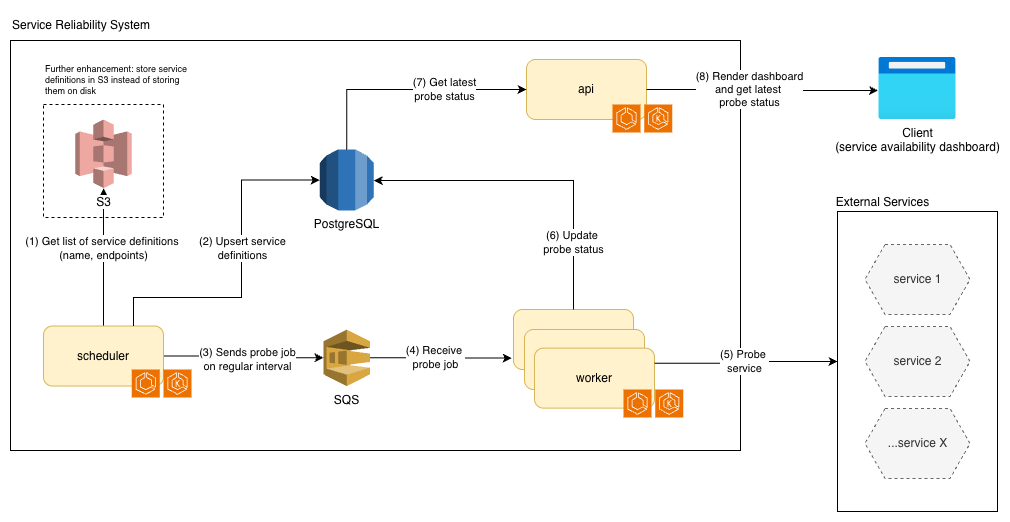
Yilong94/assurity keeps this draw.io diagram as assets/images/architecture.png. Above is the earlier version. Source tidied: cells renumbered, new cells last; positions are measured from the earlier drawing's top-left corner, leaving out a move shared by most shapes. Source of this version:
```xml
<mxGraphModel>
  <root>
    <mxCell id="0" />
    <mxCell id="1" parent="0" />
    <mxCell id="2" style="rounded=0;whiteSpace=wrap;html=1;" parent="1" vertex="1">
      <mxGeometry y="30" width="730" height="410" as="geometry" />
    </mxCell>
    <mxCell id="3" style="rounded=0;whiteSpace=wrap;html=1;" parent="1" vertex="1">
      <mxGeometry x="827" y="201" width="160" height="300" as="geometry" />
    </mxCell>
    <mxCell id="4" value="SQS" style="outlineConnect=0;dashed=0;verticalLabelPosition=bottom;verticalAlign=top;align=center;html=1;shape=mxgraph.aws3.sqs;fillColor=#D9A741;gradientColor=none;" parent="1" vertex="1">
      <mxGeometry x="313" y="319" width="46.5" height="56.5" as="geometry" />
    </mxCell>
    <mxCell id="5" style="edgeStyle=orthogonalEdgeStyle;rounded=0;jettySize=auto;html=1;" parent="1" edge="1" source="9" target="4">
      <mxGeometry relative="1" as="geometry" />
    </mxCell>
    <mxCell id="6" value="(3) Sends probe job&lt;div&gt;on regular interval&lt;/div&gt;" style="edgeLabel;html=1;align=center;verticalAlign=middle;" parent="5" vertex="1">
      <mxGeometry x="0.05" y="-1" relative="1" as="geometry" />
    </mxCell>
    <mxCell id="7" style="edgeStyle=orthogonalEdgeStyle;rounded=0;jettySize=auto;html=1;" parent="1" edge="1" source="9" target="34">
      <mxGeometry relative="1" as="geometry" />
    </mxCell>
    <mxCell id="8" value="(1) Get list of service&amp;nbsp;&lt;span style=&quot;background-color: light-dark(#ffffff, var(--ge-dark-color, #121212)); color: light-dark(rgb(0, 0, 0), rgb(255, 255, 255));&quot;&gt;definitions&amp;nbsp;&lt;/span&gt;&lt;div&gt;&lt;span style=&quot;background-color: light-dark(#ffffff, var(--ge-dark-color, #121212)); color: light-dark(rgb(0, 0, 0), rgb(255, 255, 255));&quot;&gt;(name, endpoints)&lt;/span&gt;&lt;/div&gt;" style="edgeLabel;html=1;align=center;verticalAlign=middle;" parent="7" vertex="1">
      <mxGeometry x="-0.17" y="-1" relative="1" as="geometry">
        <mxPoint x="-1" y="-21" as="offset" />
      </mxGeometry>
    </mxCell>
    <mxCell id="9" value="scheduler" style="rounded=1;whiteSpace=wrap;html=1;fillColor=#fff2cc;strokeColor=#d6b656;" parent="1" vertex="1">
      <mxGeometry x="33" y="315.5" width="120" height="60" as="geometry" />
    </mxCell>
    <mxCell id="10" value="api" style="rounded=1;whiteSpace=wrap;html=1;fillColor=#fff2cc;strokeColor=#d6b656;" parent="1" vertex="1">
      <mxGeometry x="516" y="49" width="120" height="60" as="geometry" />
    </mxCell>
    <mxCell id="11" style="group;" parent="1" vertex="1">
      <mxGeometry x="503" y="299" width="159" height="108" as="geometry" />
    </mxCell>
    <mxCell id="12" value="worker" style="rounded=1;whiteSpace=wrap;html=1;fillColor=#fff2cc;strokeColor=#d6b656;" parent="11" vertex="1">
      <mxGeometry width="120" height="60" as="geometry" />
    </mxCell>
    <mxCell id="13" value="worker" style="rounded=1;whiteSpace=wrap;html=1;fillColor=#fff2cc;strokeColor=#d6b656;" parent="11" vertex="1">
      <mxGeometry x="11" y="20" width="120" height="60" as="geometry" />
    </mxCell>
    <mxCell id="14" value="worker" style="rounded=1;whiteSpace=wrap;html=1;fillColor=#fff2cc;strokeColor=#d6b656;" parent="11" vertex="1">
      <mxGeometry x="21" y="38.6" width="120" height="60" as="geometry" />
    </mxCell>
    <mxCell id="15" style="edgeStyle=orthogonalEdgeStyle;rounded=0;jettySize=auto;html=1;entryX=-0.015;entryY=0.811;entryDx=0;entryDy=0;entryPerimeter=0;" parent="1" edge="1" source="4" target="12">
      <mxGeometry relative="1" as="geometry" />
    </mxCell>
    <mxCell id="16" value="(4) Receive&amp;nbsp;&lt;div&gt;probe&amp;nbsp;&lt;span style=&quot;background-color: light-dark(#ffffff, var(--ge-dark-color, #121212)); color: light-dark(rgb(0, 0, 0), rgb(255, 255, 255));&quot;&gt;job&lt;/span&gt;&lt;/div&gt;" style="edgeLabel;html=1;align=center;verticalAlign=middle;" parent="15" vertex="1">
      <mxGeometry x="-0.1" y="1" relative="1" as="geometry">
        <mxPoint x="1" as="offset" />
      </mxGeometry>
    </mxCell>
    <mxCell id="17" style="edgeStyle=orthogonalEdgeStyle;rounded=0;jettySize=auto;html=1;entryX=0;entryY=0.5;entryDx=0;entryDy=0;" parent="1" edge="1" source="19" target="10">
      <mxGeometry relative="1" as="geometry">
        <Array as="points">
          <mxPoint x="336" y="79" />
        </Array>
      </mxGeometry>
    </mxCell>
    <mxCell id="18" value="(7) Get latest&lt;div&gt;probe status&lt;/div&gt;" style="edgeLabel;html=1;align=center;verticalAlign=middle;" parent="17" vertex="1">
      <mxGeometry x="-0.03" y="1" relative="1" as="geometry">
        <mxPoint x="41" y="1" as="offset" />
      </mxGeometry>
    </mxCell>
    <mxCell id="19" value="&lt;span style=&quot;background-color: rgb(255, 255, 255);&quot;&gt;PostgreSQL&lt;/span&gt;" style="outlineConnect=0;dashed=0;verticalLabelPosition=bottom;verticalAlign=top;align=center;html=1;shape=mxgraph.aws3.rds;fillColor=#2E73B8;gradientColor=none;" parent="1" vertex="1">
      <mxGeometry x="309.1" y="139" width="54.2" height="61" as="geometry" />
    </mxCell>
    <mxCell id="20" style="edgeStyle=orthogonalEdgeStyle;rounded=0;jettySize=auto;html=1;" parent="1" edge="1" source="12" target="19">
      <mxGeometry relative="1" as="geometry">
        <Array as="points">
          <mxPoint x="563" y="170" />
        </Array>
      </mxGeometry>
    </mxCell>
    <mxCell id="21" value="(6) Update&amp;nbsp;&lt;div&gt;probe status&lt;/div&gt;" style="edgeLabel;html=1;align=center;verticalAlign=middle;" parent="20" vertex="1">
      <mxGeometry x="-0.03" relative="1" as="geometry">
        <mxPoint x="31" y="62" as="offset" />
      </mxGeometry>
    </mxCell>
    <mxCell id="22" value="External Services" style="text;html=1;whiteSpace=wrap;strokeColor=none;fillColor=none;align=center;verticalAlign=middle;rounded=0;" parent="1" vertex="1">
      <mxGeometry x="823" y="177" width="99" height="30" as="geometry" />
    </mxCell>
    <mxCell id="23" style="group;" parent="1" vertex="1">
      <mxGeometry x="854.5" y="234" width="105" height="234" as="geometry" />
    </mxCell>
    <mxCell id="24" value="service 1" style="shape=hexagon;perimeter=hexagonPerimeter2;whiteSpace=wrap;html=1;fixedSize=1;dashed=1;fillColor=#f5f5f5;fontColor=#333333;strokeColor=#666666;" parent="23" vertex="1">
      <mxGeometry width="105" height="70" as="geometry" />
    </mxCell>
    <mxCell id="25" value="service 2" style="shape=hexagon;perimeter=hexagonPerimeter2;whiteSpace=wrap;html=1;fixedSize=1;dashed=1;fillColor=#f5f5f5;fontColor=#333333;strokeColor=#666666;" parent="23" vertex="1">
      <mxGeometry y="82" width="105" height="70" as="geometry" />
    </mxCell>
    <mxCell id="26" value="...service X" style="shape=hexagon;perimeter=hexagonPerimeter2;whiteSpace=wrap;html=1;fixedSize=1;dashed=1;fillColor=#f5f5f5;fontColor=#333333;strokeColor=#666666;" parent="23" vertex="1">
      <mxGeometry y="164" width="105" height="70" as="geometry" />
    </mxCell>
    <mxCell id="27" style="endArrow=classic;html=1;rounded=0;exitX=1;exitY=0.25;exitDx=0;exitDy=0;entryX=0;entryY=0.5;entryDx=0;entryDy=0;edgeStyle=orthogonalEdgeStyle;" parent="1" edge="1" source="14" target="3">
      <mxGeometry relative="1" as="geometry" />
    </mxCell>
    <mxCell id="28" value="(5) Probe&amp;nbsp;&lt;div&gt;service&lt;/div&gt;" style="edgeLabel;html=1;align=center;verticalAlign=middle;" parent="27" vertex="1">
      <mxGeometry x="-0.14" y="1" relative="1" as="geometry">
        <mxPoint x="10" y="-1" as="offset" />
      </mxGeometry>
    </mxCell>
    <mxCell id="29" value="Client&lt;div&gt;(service availability&amp;nbsp;&lt;span style=&quot;background-color: light-dark(#ffffff, var(--ge-dark-color, #121212)); color: light-dark(rgb(0, 0, 0), rgb(255, 255, 255));&quot;&gt;dashboard)&lt;/span&gt;&lt;/div&gt;" style="image;html=1;points=[];align=center;fontSize=12;image=img/lib/azure2/general/Browser.svg;" parent="1" vertex="1">
      <mxGeometry x="868.2" y="47" width="77.5" height="62" as="geometry" />
    </mxCell>
    <mxCell id="30" style="rounded=0;whiteSpace=wrap;html=1;fillColor=none;dashed=1;" parent="1" vertex="1">
      <mxGeometry x="33" y="94" width="120" height="113" as="geometry" />
    </mxCell>
    <mxCell id="31" style="edgeStyle=orthogonalEdgeStyle;rounded=0;jettySize=auto;html=1;entryX=-0.009;entryY=0.532;entryDx=0;entryDy=0;entryPerimeter=0;" parent="1" edge="1" source="10" target="29">
      <mxGeometry relative="1" as="geometry" />
    </mxCell>
    <mxCell id="32" value="(8) Render dashboard&lt;div&gt;and get latest&amp;nbsp;&lt;/div&gt;&lt;div&gt;probe status&lt;/div&gt;" style="edgeLabel;html=1;align=center;verticalAlign=middle;" parent="31" vertex="1">
      <mxGeometry x="-0.1" relative="1" as="geometry">
        <mxPoint x="-2" as="offset" />
      </mxGeometry>
    </mxCell>
    <mxCell id="33" value="Service Reliability System" style="text;html=1;whiteSpace=wrap;strokeColor=none;fillColor=none;align=left;verticalAlign=middle;rounded=0;" parent="1" vertex="1">
      <mxGeometry width="153" height="30" as="geometry" />
    </mxCell>
    <mxCell id="34" value="&lt;span style=&quot;background-color: rgb(255, 255, 255);&quot;&gt;S3&lt;/span&gt;" style="outlineConnect=0;dashed=0;verticalLabelPosition=bottom;verticalAlign=top;align=center;html=1;shape=mxgraph.aws3.s3;fillColor=#E05243;gradientColor=none;opacity=50;" parent="1" vertex="1">
      <mxGeometry x="64.8" y="109" width="56.5" height="68.7" as="geometry" />
    </mxCell>
    <mxCell id="35" style="group;" parent="1" vertex="1">
      <mxGeometry x="121.2" y="359" width="59.8" height="28" as="geometry" />
    </mxCell>
    <mxCell id="36" style="sketch=0;fontColor=#232F3E;fillColor=#ED7100;strokeColor=#ffffff;dashed=0;verticalLabelPosition=bottom;verticalAlign=top;align=center;html=1;fontSize=12;fontStyle=0;shape=mxgraph.aws4.resourceIcon;resIcon=mxgraph.aws4.ecs;" parent="35" vertex="1">
      <mxGeometry width="28" height="28" as="geometry" />
    </mxCell>
    <mxCell id="37" style="sketch=0;fontColor=#232F3E;fillColor=#ED7100;strokeColor=#ffffff;dashed=0;verticalLabelPosition=bottom;verticalAlign=top;align=center;html=1;fontSize=12;fontStyle=0;shape=mxgraph.aws4.resourceIcon;resIcon=mxgraph.aws4.eks;" parent="35" vertex="1">
      <mxGeometry x="31.8" width="28" height="28" as="geometry" />
    </mxCell>
    <mxCell id="38" style="group;" parent="1" vertex="1">
      <mxGeometry x="613" y="379" width="59.8" height="28" as="geometry" />
    </mxCell>
    <mxCell id="39" style="sketch=0;fontColor=#232F3E;fillColor=#ED7100;strokeColor=#ffffff;dashed=0;verticalLabelPosition=bottom;verticalAlign=top;align=center;html=1;fontSize=12;fontStyle=0;shape=mxgraph.aws4.resourceIcon;resIcon=mxgraph.aws4.ecs;" parent="38" vertex="1">
      <mxGeometry width="28" height="28" as="geometry" />
    </mxCell>
    <mxCell id="40" style="sketch=0;fontColor=#232F3E;fillColor=#ED7100;strokeColor=#ffffff;dashed=0;verticalLabelPosition=bottom;verticalAlign=top;align=center;html=1;fontSize=12;fontStyle=0;shape=mxgraph.aws4.resourceIcon;resIcon=mxgraph.aws4.eks;" parent="38" vertex="1">
      <mxGeometry x="31.8" width="28" height="28" as="geometry" />
    </mxCell>
    <mxCell id="41" style="group;" parent="1" vertex="1">
      <mxGeometry x="602" y="94" width="59.8" height="28" as="geometry" />
    </mxCell>
    <mxCell id="42" style="sketch=0;fontColor=#232F3E;fillColor=#ED7100;strokeColor=#ffffff;dashed=0;verticalLabelPosition=bottom;verticalAlign=top;align=center;html=1;fontSize=12;fontStyle=0;shape=mxgraph.aws4.resourceIcon;resIcon=mxgraph.aws4.ecs;" parent="41" vertex="1">
      <mxGeometry width="28" height="28" as="geometry" />
    </mxCell>
    <mxCell id="43" style="sketch=0;fontColor=#232F3E;fillColor=#ED7100;strokeColor=#ffffff;dashed=0;verticalLabelPosition=bottom;verticalAlign=top;align=center;html=1;fontSize=12;fontStyle=0;shape=mxgraph.aws4.resourceIcon;resIcon=mxgraph.aws4.eks;" parent="41" vertex="1">
      <mxGeometry x="31.8" width="28" height="28" as="geometry" />
    </mxCell>
    <mxCell id="44" style="edgeStyle=orthogonalEdgeStyle;rounded=0;jettySize=auto;html=1;entryX=0;entryY=0.5;entryDx=0;entryDy=0;entryPerimeter=0;" parent="1" edge="1" source="9" target="19">
      <mxGeometry relative="1" as="geometry">
        <Array as="points">
          <mxPoint x="123" y="287" />
          <mxPoint x="231" y="287" />
          <mxPoint x="231" y="170" />
        </Array>
      </mxGeometry>
    </mxCell>
    <mxCell id="45" value="(2) Upsert service&lt;div&gt;definitions&lt;/div&gt;" style="edgeLabel;html=1;align=center;verticalAlign=middle;" parent="44" vertex="1">
      <mxGeometry x="-0.51" y="1" relative="1" as="geometry">
        <mxPoint x="55" y="-48" as="offset" />
      </mxGeometry>
    </mxCell>
    <mxCell id="46" value="Further enhancement: store service definitions in S3 instead of storing them on disk" style="text;html=1;whiteSpace=wrap;strokeColor=none;fillColor=none;align=left;verticalAlign=middle;rounded=0;fontSize=9;" parent="1" vertex="1">
      <mxGeometry x="33" y="46" width="150" height="48" as="geometry" />
    </mxCell>
  </root>
</mxGraphModel>
```
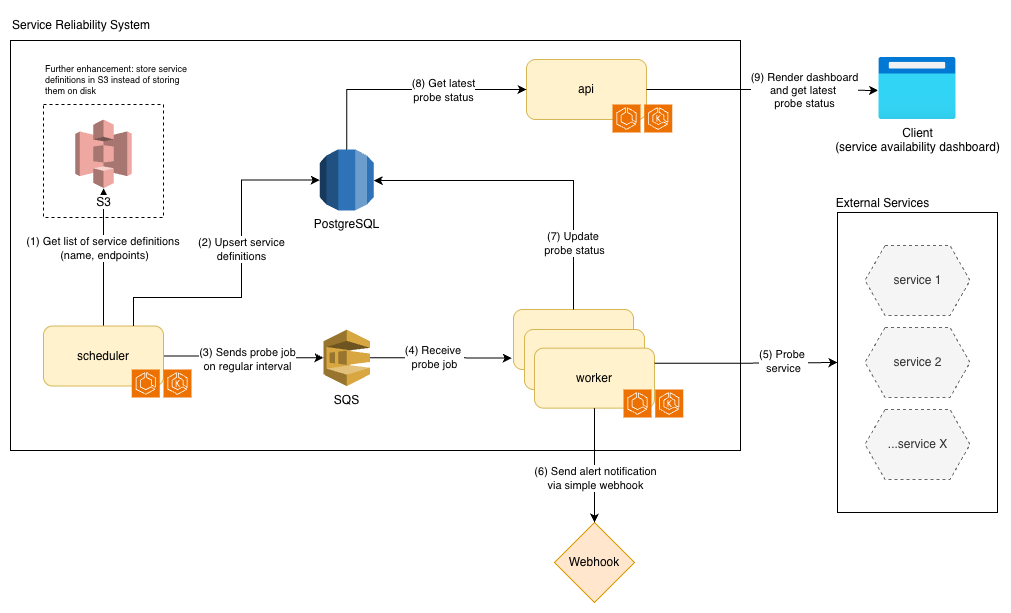
Above is the later version.

What changed in the source:
```diff
@@ -6,7 +6,7 @@
       <mxGeometry y="30" width="730" height="410" as="geometry" />
     </mxCell>
     <mxCell id="3" style="rounded=0;whiteSpace=wrap;html=1;" parent="1" vertex="1">
-      <mxGeometry x="827" y="201" width="160" height="300" as="geometry" />
+      <mxGeometry x="827" y="202" width="160" height="300" as="geometry" />
     </mxCell>
     <mxCell id="4" value="SQS" style="outlineConnect=0;dashed=0;verticalLabelPosition=bottom;verticalAlign=top;align=center;html=1;shape=mxgraph.aws3.sqs;fillColor=#D9A741;gradientColor=none;" parent="1" vertex="1">
       <mxGeometry x="313" y="319" width="46.5" height="56.5" as="geometry" />
@@ -58,7 +58,7 @@
         </Array>
       </mxGeometry>
     </mxCell>
-    <mxCell id="18" value="(7) Get latest&lt;div&gt;probe status&lt;/div&gt;" style="edgeLabel;html=1;align=center;verticalAlign=middle;" parent="17" vertex="1">
+    <mxCell id="18" value="(8) Get latest&lt;div&gt;probe status&lt;/div&gt;" style="edgeLabel;html=1;align=center;verticalAlign=middle;" parent="17" vertex="1">
       <mxGeometry x="-0.03" y="1" relative="1" as="geometry">
         <mxPoint x="41" y="1" as="offset" />
       </mxGeometry>
@@ -73,16 +73,16 @@
         </Array>
       </mxGeometry>
     </mxCell>
-    <mxCell id="21" value="(6) Update&amp;nbsp;&lt;div&gt;probe status&lt;/div&gt;" style="edgeLabel;html=1;align=center;verticalAlign=middle;" parent="20" vertex="1">
+    <mxCell id="21" value="(7) Update&amp;nbsp;&lt;div&gt;probe status&lt;/div&gt;" style="edgeLabel;html=1;align=center;verticalAlign=middle;" parent="20" vertex="1">
       <mxGeometry x="-0.03" relative="1" as="geometry">
         <mxPoint x="31" y="62" as="offset" />
       </mxGeometry>
     </mxCell>
     <mxCell id="22" value="External Services" style="text;html=1;whiteSpace=wrap;strokeColor=none;fillColor=none;align=center;verticalAlign=middle;rounded=0;" parent="1" vertex="1">
-      <mxGeometry x="823" y="177" width="99" height="30" as="geometry" />
+      <mxGeometry x="823" y="178" width="99" height="30" as="geometry" />
     </mxCell>
     <mxCell id="23" style="group;" parent="1" vertex="1">
-      <mxGeometry x="854.5" y="234" width="105" height="234" as="geometry" />
+      <mxGeometry x="854.5" y="235" width="105" height="234" as="geometry" />
     </mxCell>
     <mxCell id="24" value="service 1" style="shape=hexagon;perimeter=hexagonPerimeter2;whiteSpace=wrap;html=1;fixedSize=1;dashed=1;fillColor=#f5f5f5;fontColor=#333333;strokeColor=#666666;" parent="23" vertex="1">
       <mxGeometry width="105" height="70" as="geometry" />
@@ -98,7 +98,7 @@
     </mxCell>
     <mxCell id="28" value="(5) Probe&amp;nbsp;&lt;div&gt;service&lt;/div&gt;" style="edgeLabel;html=1;align=center;verticalAlign=middle;" parent="27" vertex="1">
       <mxGeometry x="-0.14" y="1" relative="1" as="geometry">
-        <mxPoint x="10" y="-1" as="offset" />
+        <mxPoint x="50" y="-1" as="offset" />
       </mxGeometry>
     </mxCell>
     <mxCell id="29" value="Client&lt;div&gt;(service availability&amp;nbsp;&lt;span style=&quot;background-color: light-dark(#ffffff, var(--ge-dark-color, #121212)); color: light-dark(rgb(0, 0, 0), rgb(255, 255, 255));&quot;&gt;dashboard)&lt;/span&gt;&lt;/div&gt;" style="image;html=1;points=[];align=center;fontSize=12;image=img/lib/azure2/general/Browser.svg;" parent="1" vertex="1">
@@ -110,9 +110,9 @@
     <mxCell id="31" style="edgeStyle=orthogonalEdgeStyle;rounded=0;jettySize=auto;html=1;entryX=-0.009;entryY=0.532;entryDx=0;entryDy=0;entryPerimeter=0;" parent="1" edge="1" source="10" target="29">
       <mxGeometry relative="1" as="geometry" />
     </mxCell>
-    <mxCell id="32" value="(8) Render dashboard&lt;div&gt;and get latest&amp;nbsp;&lt;/div&gt;&lt;div&gt;probe status&lt;/div&gt;" style="edgeLabel;html=1;align=center;verticalAlign=middle;" parent="31" vertex="1">
+    <mxCell id="32" value="(9) Render dashboard&lt;div&gt;and get latest&amp;nbsp;&lt;/div&gt;&lt;div&gt;probe status&lt;/div&gt;" style="edgeLabel;html=1;align=center;verticalAlign=middle;" parent="31" vertex="1">
       <mxGeometry x="-0.1" relative="1" as="geometry">
-        <mxPoint x="-2" as="offset" />
+        <mxPoint x="53" as="offset" />
       </mxGeometry>
     </mxCell>
     <mxCell id="33" value="Service Reliability System" style="text;html=1;whiteSpace=wrap;strokeColor=none;fillColor=none;align=left;verticalAlign=middle;rounded=0;" parent="1" vertex="1">
@@ -165,5 +165,16 @@
     <mxCell id="46" value="Further enhancement: store service definitions in S3 instead of storing them on disk" style="text;html=1;whiteSpace=wrap;strokeColor=none;fillColor=none;align=left;verticalAlign=middle;rounded=0;fontSize=9;" parent="1" vertex="1">
       <mxGeometry x="33" y="46" width="150" height="48" as="geometry" />
     </mxCell>
+    <mxCell id="47" value="Webhook" style="rhombus;whiteSpace=wrap;html=1;fillColor=#ffe6cc;strokeColor=#d79b00;" parent="1" vertex="1">
+      <mxGeometry x="544" y="512" width="80" height="80" as="geometry" />
+    </mxCell>
+    <mxCell id="48" style="edgeStyle=orthogonalEdgeStyle;rounded=0;jettySize=auto;html=1;entryX=0.5;entryY=0;entryDx=0;entryDy=0;" parent="1" edge="1" source="14" target="47">
+      <mxGeometry relative="1" as="geometry" />
+    </mxCell>
+    <mxCell id="49" value="(6) Send alert notification&lt;div&gt;via simple webhook&lt;/div&gt;" style="edgeLabel;html=1;align=center;verticalAlign=middle;" parent="48" vertex="1">
+      <mxGeometry x="-0.24" y="1" relative="1" as="geometry">
+        <mxPoint x="-1" y="26" as="offset" />
+      </mxGeometry>
+    </mxCell>
   </root>
 </mxGraphModel>
```
